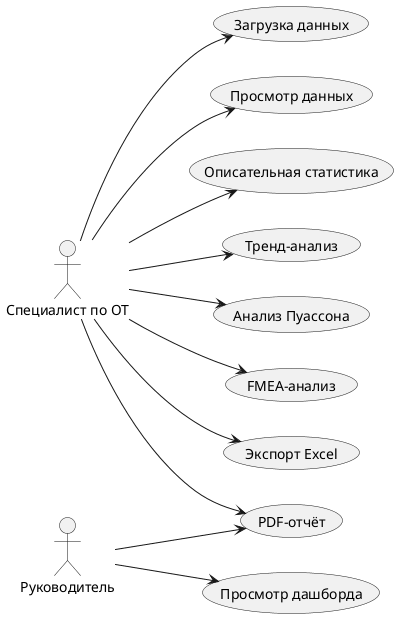
This is docs/diagrams/use_case.png from Ah3ron/diplom4, a PlantUML export, as it was before one commit. Its diagram source:
```plantuml
@startuml
left to right direction
actor Spec as "Специалист по ОТ"
actor Ruk as "Руководитель"

usecase "Загрузка данных" as UC1
usecase "Просмотр данных" as UC2
usecase "Просмотр дашборда" as UC3
usecase "Описательная статистика" as UC4
usecase "Тренд-анализ" as UC5
usecase "Анализ Пуассона" as UC6
usecase "FMEA-анализ" as UC7
usecase "PDF-отчёт" as UC8
usecase "Экспорт Excel" as UC9

Spec --> UC1
Spec --> UC2
Spec --> UC4
Spec --> UC5
Spec --> UC6
Spec --> UC7
Spec --> UC8
Spec --> UC9
Ruk --> UC3
Ruk --> UC8
@enduml
```
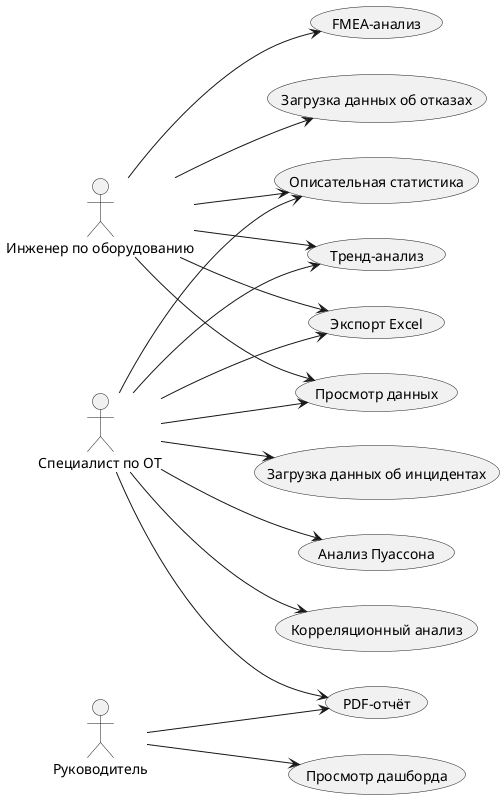
After the commit.

Diff of the diagram source:
```diff
@@ -1,15 +1,18 @@
 @startuml
 left to right direction
 actor Spec as "Специалист по ОТ"
+actor Eng as "Инженер по оборудованию"
 actor Ruk as "Руководитель"
 
-usecase "Загрузка данных" as UC1
+usecase "Загрузка данных об инцидентах" as UC1
+usecase "Загрузка данных об отказах" as UC1b
 usecase "Просмотр данных" as UC2
 usecase "Просмотр дашборда" as UC3
 usecase "Описательная статистика" as UC4
 usecase "Тренд-анализ" as UC5
 usecase "Анализ Пуассона" as UC6
 usecase "FMEA-анализ" as UC7
+usecase "Корреляционный анализ" as UC7b
 usecase "PDF-отчёт" as UC8
 usecase "Экспорт Excel" as UC9
 
@@ -18,9 +21,17 @@
 Spec --> UC4
 Spec --> UC5
 Spec --> UC6
-Spec --> UC7
+Spec --> UC7b
 Spec --> UC8
 Spec --> UC9
+
+Eng --> UC1b
+Eng --> UC2
+Eng --> UC4
+Eng --> UC5
+Eng --> UC7
+Eng --> UC9
+
 Ruk --> UC3
 Ruk --> UC8
 @enduml
```
